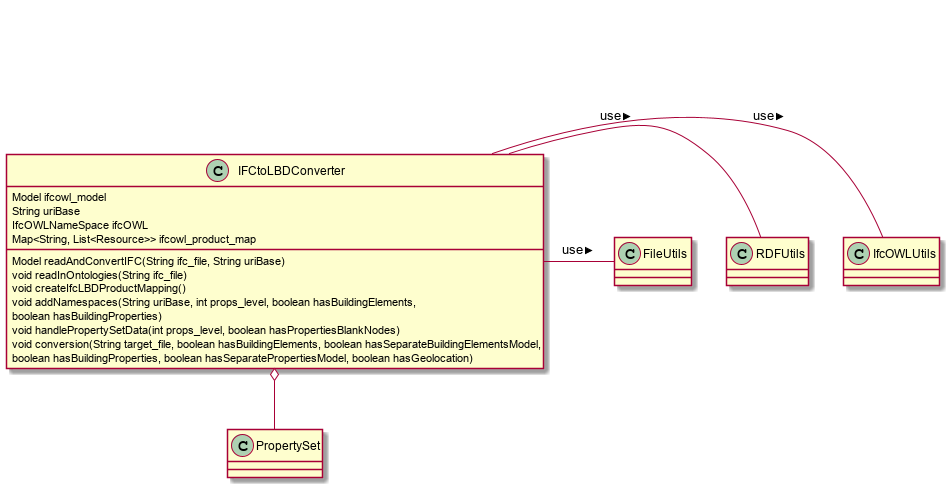
The PlantUML diagram docs/doc-graphs/IFCtoLBDConverter_class_diagram.png in jyrkioraskari/IFCtoLBD, before a commit.
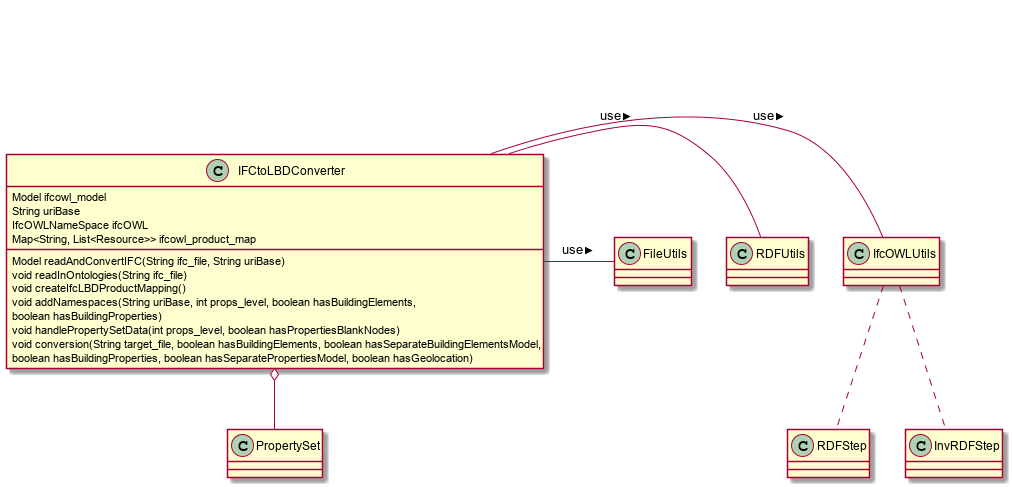
The same diagram one commit later.

What changed in the source:
```diff
@@ -18,4 +18,6 @@
 IFCtoLBDConverter - RDFUtils: use >
 IFCtoLBDConverter - FileUtils: use >
 IFCtoLBDConverter o-- PropertySet
+IfcOWLUtils .. RDFStep
+IfcOWLUtils .. InvRDFStep
      @enduml
```
